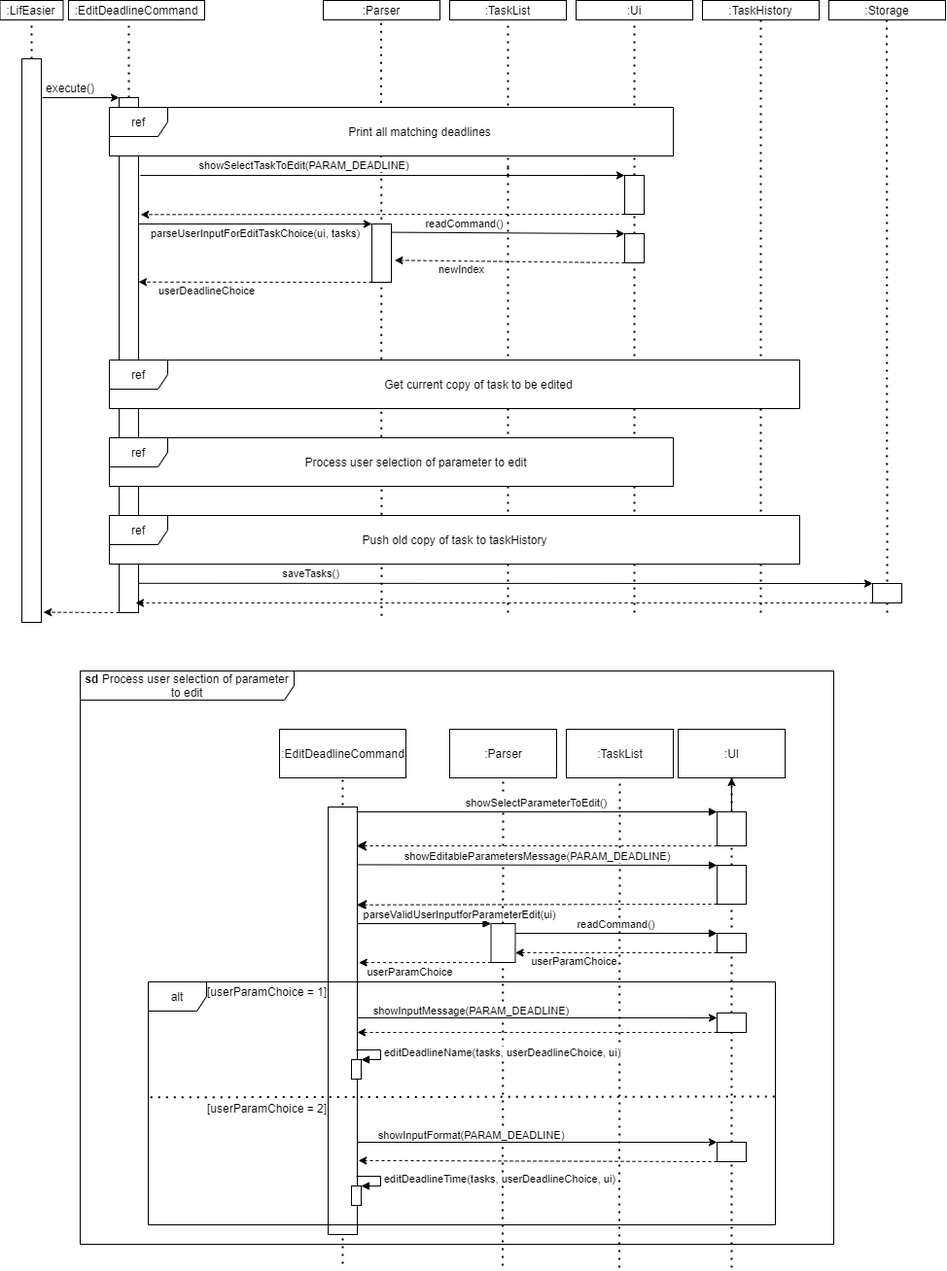
skyaxe97/tp keeps this draw.io diagram as docs/images/DeveloperGuide/Figure 4.2-1.png. Above is the earlier version. Source tidied: cells renumbered, new cells last; positions are measured from the earlier drawing's top-left corner, leaving out a move shared by most shapes.
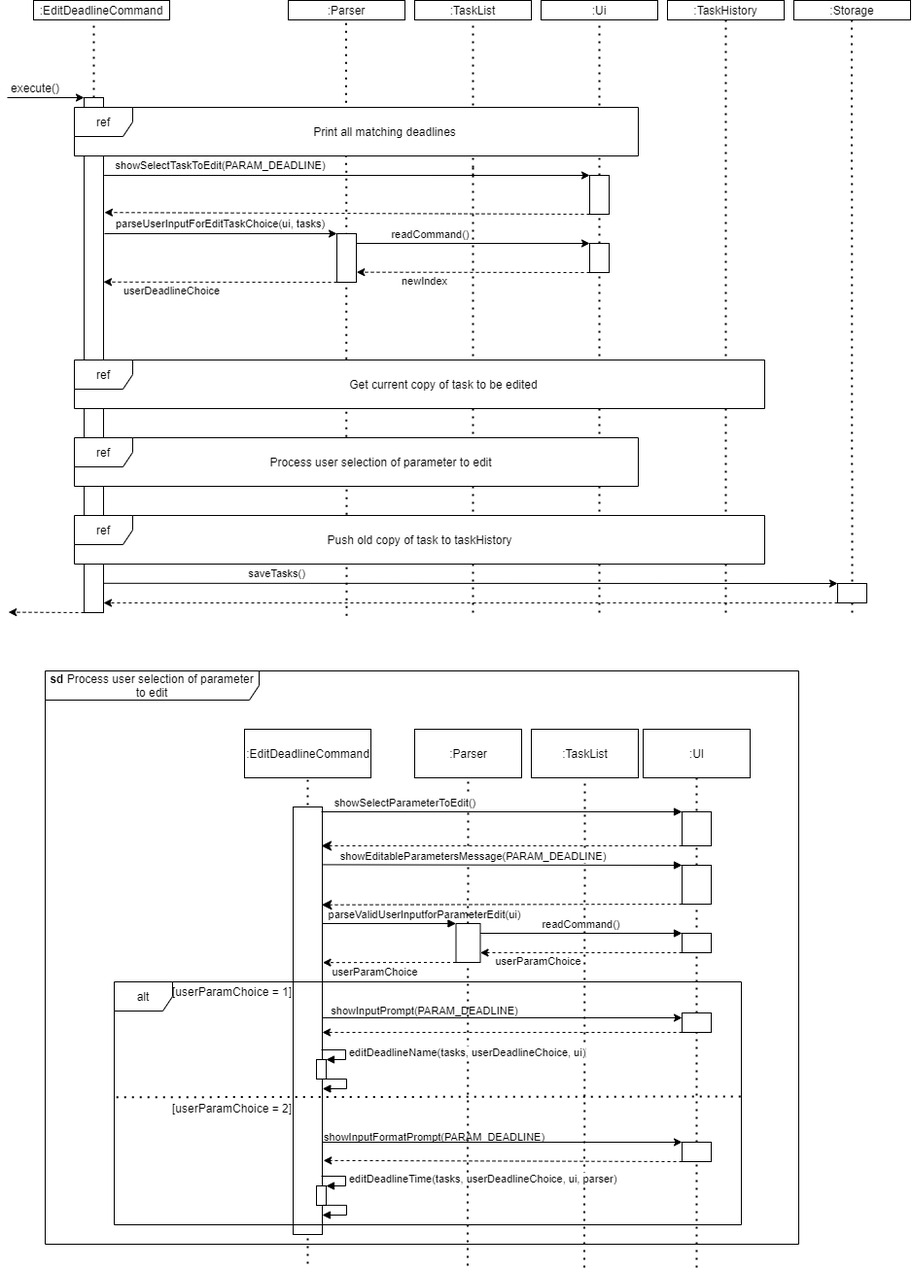
Above is the later version.

Change to the diagram source:
```diff
@@ -2,6 +2,9 @@
   <root>
     <mxCell id="0" />
     <mxCell id="1" parent="0" />
+    <mxCell id="48" value="&lt;b&gt;sd &lt;/b&gt;Process user selection of parameter to edit" style="shape=umlFrame;whiteSpace=wrap;html=1;comic=0;fillColor=#FFFFFF;width=220;height=30;" parent="1" vertex="1">
+      <mxGeometry x="82" y="690" width="775" height="590" as="geometry" />
+    </mxCell>
     <mxCell id="2" style="endArrow=none;dashed=1;html=1;dashPattern=1 3;strokeWidth=2;entryX=0.5;entryY=1;entryDx=0;entryDy=0;" parent="1" edge="1">
       <mxGeometry relative="1" as="geometry">
         <mxPoint x="516.5" y="1302" as="sourcePoint" />
@@ -35,26 +38,14 @@
     <mxCell id="8" style="endArrow=none;dashed=1;html=1;dashPattern=1 3;strokeWidth=2;entryX=0.5;entryY=1;entryDx=0;entryDy=0;" parent="1" edge="1" source="70" target="50">
       <mxGeometry relative="1" as="geometry" />
     </mxCell>
-    <mxCell id="9" style="endArrow=none;dashed=1;html=1;dashPattern=1 3;strokeWidth=2;" parent="1" edge="1">
-      <mxGeometry relative="1" as="geometry">
-        <mxPoint x="32" y="420" as="sourcePoint" />
-        <mxPoint x="32" y="20" as="targetPoint" />
-      </mxGeometry>
-    </mxCell>
     <mxCell id="10" style="endArrow=classic;html=1;entryX=0;entryY=0;entryDx=0;entryDy=0;" parent="1" edge="1" target="5">
       <mxGeometry relative="1" as="geometry">
         <mxPoint x="43" y="100" as="sourcePoint" />
       </mxGeometry>
     </mxCell>
-    <mxCell id="11" value=":LifEasier" style="rounded=0;whiteSpace=wrap;html=1;" parent="1" vertex="1">
-      <mxGeometry x="-0.5" width="65" height="20" as="geometry" />
-    </mxCell>
     <mxCell id="12" value="execute()" style="text;html=1;strokeColor=none;fillColor=none;align=center;verticalAlign=middle;whiteSpace=wrap;rounded=0;" parent="1" vertex="1">
       <mxGeometry x="52" y="80" width="40" height="20" as="geometry" />
     </mxCell>
-    <mxCell id="13" style="rounded=0;whiteSpace=wrap;html=1;" parent="1" vertex="1">
-      <mxGeometry x="22" y="60" width="20" height="580" as="geometry" />
-    </mxCell>
     <mxCell id="14" style="endArrow=none;dashed=1;html=1;dashPattern=1 3;strokeWidth=2;" parent="1" edge="1" source="5">
       <mxGeometry relative="1" as="geometry">
         <mxPoint x="132" y="20" as="targetPoint" />
@@ -111,21 +102,21 @@
       <mxGeometry relative="1" as="geometry" />
     </mxCell>
     <mxCell id="29" style="rounded=0;whiteSpace=wrap;html=1;" parent="1" vertex="1">
-      <mxGeometry x="642" y="240" width="20" height="30" as="geometry" />
+      <mxGeometry x="642" y="250" width="20" height="30" as="geometry" />
     </mxCell>
-    <mxCell id="30" value="showSelectTaskToEdit(PARAM_DEADLINE)" style="endArrow=classic;html=1;entryX=0;entryY=0;entryDx=0;entryDy=0;exitX=1.09;exitY=0.151;exitDx=0;exitDy=0;exitPerimeter=0;" parent="1" edge="1" source="5" target="27">
-      <mxGeometry x="-0.32" y="10" relative="1" as="geometry" />
+    <mxCell id="30" value="showSelectTaskToEdit(PARAM_DEADLINE)" style="endArrow=classic;html=1;entryX=0;entryY=0;entryDx=0;entryDy=0;exitX=1.033;exitY=0.151;exitDx=0;exitDy=0;exitPerimeter=0;" parent="1" edge="1" source="5" target="27">
+      <mxGeometry x="-0.52" y="10" relative="1" as="geometry" />
     </mxCell>
-    <mxCell id="31" style="endArrow=classic;html=1;exitX=0;exitY=1;exitDx=0;exitDy=0;dashed=1;entryX=1.11;entryY=0.227;entryDx=0;entryDy=0;entryPerimeter=0;" parent="1" edge="1" source="27" target="5">
+    <mxCell id="31" style="endArrow=classic;html=1;exitX=0;exitY=1;exitDx=0;exitDy=0;dashed=1;entryX=1.047;entryY=0.223;entryDx=0;entryDy=0;entryPerimeter=0;" parent="1" edge="1" source="27" target="5">
       <mxGeometry y="10" relative="1" as="geometry" />
     </mxCell>
-    <mxCell id="32" value="newIndex" style="endArrow=classic;html=1;dashed=1;entryX=1.17;entryY=0.623;entryDx=0;entryDy=0;entryPerimeter=0;" parent="1" edge="1" target="80">
-      <mxGeometry x="0.42" y="9" relative="1" as="geometry">
-        <mxPoint x="642" y="270" as="sourcePoint" />
-      </mxGeometry>
+    <mxCell id="32" value="newIndex" style="endArrow=classic;html=1;dashed=1;exitX=0;exitY=1;exitDx=0;exitDy=0;entryX=1.014;entryY=0.793;entryDx=0;entryDy=0;entryPerimeter=0;" parent="1" edge="1" source="29" target="80">
+      <mxGeometry x="0.42" y="9" relative="1" as="geometry" />
     </mxCell>
-    <mxCell id="33" value="readCommand()" style="endArrow=classic;html=1;entryX=0;entryY=0;entryDx=0;entryDy=0;exitX=1.01;exitY=0.143;exitDx=0;exitDy=0;exitPerimeter=0;" parent="1" edge="1" source="80" target="29">
-      <mxGeometry x="-0.37" y="9" relative="1" as="geometry" />
+    <mxCell id="33" value="readCommand()" style="endArrow=classic;html=1;entryX=0;entryY=0;entryDx=0;entryDy=0;" parent="1" edge="1" target="29">
+      <mxGeometry x="-0.37" y="9" relative="1" as="geometry">
+        <mxPoint x="402" y="250" as="sourcePoint" />
+      </mxGeometry>
     </mxCell>
     <mxCell id="34" style="endArrow=none;dashed=1;html=1;dashPattern=1 3;strokeWidth=2;entryX=0.5;entryY=1;entryDx=0;entryDy=0;" parent="1" edge="1">
       <mxGeometry relative="1" as="geometry">
@@ -168,15 +159,14 @@
     </mxCell>
     <mxCell id="46" style="endArrow=classic;html=1;dashed=1;exitX=0;exitY=1;exitDx=0;exitDy=0;" parent="1" edge="1" source="44">
       <mxGeometry x="0.42" y="9" relative="1" as="geometry">
-        <mxPoint x="139" y="620" as="targetPoint" />
+        <mxPoint x="142" y="620" as="targetPoint" />
       </mxGeometry>
     </mxCell>
-    <mxCell id="47" style="endArrow=classic;html=1;dashed=1;exitX=0;exitY=1;exitDx=0;exitDy=0;entryX=1.11;entryY=0.982;entryDx=0;entryDy=0;entryPerimeter=0;" parent="1" edge="1" source="5" target="13">
-      <mxGeometry x="0.42" y="9" relative="1" as="geometry" />
+    <mxCell id="47" style="endArrow=classic;html=1;dashed=1;exitX=0;exitY=1;exitDx=0;exitDy=0;entryX=1.11;entryY=0.982;entryDx=0;entryDy=0;entryPerimeter=0;" parent="1" edge="1" source="5">
+      <mxGeometry x="0.42" y="9" relative="1" as="geometry">
+        <mxPoint x="44.2" y="629.6" as="targetPoint" />
+      </mxGeometry>
     </mxCell>
-    <mxCell id="48" value="&lt;b&gt;sd &lt;/b&gt;Process user selection of parameter to edit" style="shape=umlFrame;whiteSpace=wrap;html=1;comic=0;fillColor=#FFFFFF;width=220;height=30;" parent="1" vertex="1">
-      <mxGeometry x="82" y="690" width="775" height="590" as="geometry" />
-    </mxCell>
     <mxCell id="49" value=":TaskList" style="html=1;" parent="1" vertex="1">
       <mxGeometry x="582" y="750" width="110" height="50" as="geometry" />
     </mxCell>
@@ -194,9 +184,6 @@
     <mxCell id="53" style="rounded=0;whiteSpace=wrap;html=1;comic=0;fillColor=#FFFFFF;" parent="1" vertex="1">
       <mxGeometry x="337" y="830" width="30" height="440" as="geometry" />
     </mxCell>
-    <mxCell id="54" style="edgeStyle=orthogonalEdgeStyle;rounded=0;jettySize=auto;html=1;" parent="1" edge="1" source="55" target="50">
-      <mxGeometry relative="1" as="geometry" />
-    </mxCell>
     <mxCell id="55" style="rounded=0;whiteSpace=wrap;html=1;" parent="1" vertex="1">
       <mxGeometry x="737" y="835" width="30" height="35" as="geometry" />
     </mxCell>
@@ -206,9 +193,6 @@
     <mxCell id="57" style="rounded=0;whiteSpace=wrap;html=1;" parent="1" vertex="1">
       <mxGeometry x="737" y="960" width="30" height="20" as="geometry" />
     </mxCell>
-    <mxCell id="58" value="alt" style="shape=umlFrame;whiteSpace=wrap;html=1;" parent="1" vertex="1">
-      <mxGeometry x="152" y="1010" width="645" height="250" as="geometry" />
-    </mxCell>
     <mxCell id="59" value="[userParamChoice = 1]" style="text;html=1;strokeColor=none;fillColor=none;align=center;verticalAlign=middle;whiteSpace=wrap;rounded=0;comic=0;" parent="1" vertex="1">
       <mxGeometry x="210" y="1010" width="129" height="20" as="geometry" />
     </mxCell>
@@ -218,23 +202,18 @@
     <mxCell id="61" value="[userParamChoice = 2]" style="text;html=1;strokeColor=none;fillColor=none;align=center;verticalAlign=middle;whiteSpace=wrap;rounded=0;comic=0;" parent="1" vertex="1">
       <mxGeometry x="210" y="1130" width="129" height="20" as="geometry" />
     </mxCell>
-    <mxCell id="62" value="showInputMessage(PARAM_DEADLINE)" style="endArrow=classic;html=1;entryX=0;entryY=0.25;entryDx=0;entryDy=0;exitX=0.189;exitY=0.239;exitDx=0;exitDy=0;exitPerimeter=0;" parent="1" edge="1" target="70">
-      <mxGeometry x="-0.37" y="7" relative="1" as="geometry">
+    <mxCell id="62" value="showInputPrompt(PARAM_DEADLINE)" style="endArrow=classic;html=1;entryX=0;entryY=0.25;entryDx=0;entryDy=0;exitX=0.189;exitY=0.239;exitDx=0;exitDy=0;exitPerimeter=0;labelBackgroundColor=none;" parent="1" edge="1" target="70">
+      <mxGeometry x="-0.43" y="7" relative="1" as="geometry">
         <mxPoint x="367.2" y="1047" as="sourcePoint" />
       </mxGeometry>
     </mxCell>
-    <mxCell id="63" value="showInputFormat(PARAM_DEADLINE)" style="endArrow=classic;html=1;entryX=0;entryY=0;entryDx=0;entryDy=0;exitX=0.189;exitY=0.239;exitDx=0;exitDy=0;exitPerimeter=0;" parent="1" edge="1" target="72">
-      <mxGeometry x="-0.37" y="7" relative="1" as="geometry">
-        <mxPoint x="367" y="1175" as="sourcePoint" />
-      </mxGeometry>
-    </mxCell>
     <mxCell id="64" style="endArrow=classic;html=1;dashed=1;exitX=0;exitY=1;exitDx=0;exitDy=0;" parent="1" edge="1" source="70">
       <mxGeometry x="0.42" y="9" relative="1" as="geometry">
         <mxPoint x="367" y="1062" as="targetPoint" />
       </mxGeometry>
     </mxCell>
     <mxCell id="65" value="showSelectParameterToEdit()" style="html=1;verticalAlign=bottom;endArrow=block;entryX=0;entryY=0;entryDx=0;entryDy=0;" parent="1" edge="1" target="55">
-      <mxGeometry relative="1" as="geometry">
+      <mxGeometry x="-0.54" relative="1" as="geometry">
         <mxPoint x="366" y="835" as="sourcePoint" />
       </mxGeometry>
     </mxCell>
@@ -250,7 +229,7 @@
       <mxGeometry relative="1" as="geometry" />
     </mxCell>
     <mxCell id="69" value="showEditableParametersMessage(PARAM_DEADLINE)" style="html=1;verticalAlign=bottom;endArrow=block;exitX=0.997;exitY=0.135;exitDx=0;exitDy=0;exitPerimeter=0;entryX=0;entryY=0;entryDx=0;entryDy=0;" parent="1" edge="1" source="53" target="56">
-      <mxGeometry relative="1" as="geometry" />
+      <mxGeometry x="-0.16" relative="1" as="geometry" />
     </mxCell>
     <mxCell id="70" style="rounded=0;whiteSpace=wrap;html=1;" parent="1" vertex="1">
       <mxGeometry x="737" y="1042" width="30" height="20" as="geometry" />
@@ -282,7 +261,7 @@
     <mxCell id="76" style="html=1;points=[];perimeter=orthogonalPerimeter;" parent="1" vertex="1">
       <mxGeometry x="361" y="1220" width="10" height="20" as="geometry" />
     </mxCell>
-    <mxCell id="77" value="editDeadlineTime(tasks, userDeadlineChoice, ui)" style="edgeStyle=orthogonalEdgeStyle;html=1;align=left;spacingLeft=2;endArrow=block;rounded=0;entryX=1;entryY=0;" parent="1" edge="1" target="76">
+    <mxCell id="77" value="editDeadlineTime(tasks, userDeadlineChoice, ui, parser)" style="edgeStyle=orthogonalEdgeStyle;html=1;align=left;spacingLeft=2;endArrow=block;rounded=0;entryX=1;entryY=0;" parent="1" edge="1" target="76">
       <mxGeometry relative="1" as="geometry">
         <mxPoint x="366" y="1210" as="sourcePoint" />
         <Array as="points">
@@ -299,11 +278,11 @@
       <mxGeometry x="332" width="120" height="20" as="geometry" />
     </mxCell>
     <mxCell id="80" style="rounded=0;whiteSpace=wrap;html=1;" parent="1" vertex="1">
-      <mxGeometry x="382" y="230" width="20" height="60" as="geometry" />
+      <mxGeometry x="382" y="240" width="20" height="50" as="geometry" />
     </mxCell>
     <mxCell id="81" value="parseUserInputForEditTaskChoice(ui, tasks)" style="endArrow=classic;html=1;entryX=0;entryY=0;entryDx=0;entryDy=0;" parent="1" edge="1" target="80">
-      <mxGeometry y="-10" relative="1" as="geometry">
-        <mxPoint x="142" y="230" as="sourcePoint" />
+      <mxGeometry y="10" relative="1" as="geometry">
+        <mxPoint x="143" y="240" as="sourcePoint" />
       </mxGeometry>
     </mxCell>
     <mxCell id="82" value="userDeadlineChoice" style="endArrow=classic;html=1;dashed=1;exitX=0;exitY=1;exitDx=0;exitDy=0;entryX=1;entryY=0.358;entryDx=0;entryDy=0;entryPerimeter=0;" parent="1" edge="1" source="80" target="5">
@@ -318,13 +297,41 @@
     <mxCell id="85" value="userParamChoice" style="endArrow=classic;html=1;dashed=1;exitX=0;exitY=1;exitDx=0;exitDy=0;entryX=1;entryY=0.75;entryDx=0;entryDy=0;" parent="1" edge="1" source="57" target="84">
       <mxGeometry x="0.42" y="9" relative="1" as="geometry" />
     </mxCell>
-    <mxCell id="86" value="parseValidUserInputforParameterEdit(ui)" style="html=1;verticalAlign=bottom;endArrow=block;entryX=0;entryY=0;entryDx=0;entryDy=0;exitX=1;exitY=0.25;exitDx=0;exitDy=0;" parent="1" edge="1" target="84">
+    <mxCell id="86" value="parseValidUserInputforParameterEdit(ui)" style="html=1;verticalAlign=bottom;endArrow=block;entryX=0;entryY=0;entryDx=0;entryDy=0;exitX=1;exitY=0.25;exitDx=0;exitDy=0;labelBackgroundColor=none;" parent="1" edge="1" target="84">
       <mxGeometry x="0.53" relative="1" as="geometry">
         <mxPoint x="367" y="950" as="sourcePoint" />
       </mxGeometry>
     </mxCell>
-    <mxCell id="87" value="userParamChoice" style="endArrow=classic;html=1;dashed=1;exitX=0;exitY=1;exitDx=0;exitDy=0;entryX=1.056;entryY=0.364;entryDx=0;entryDy=0;entryPerimeter=0;" parent="1" edge="1" source="84" target="53">
+    <mxCell id="87" value="userParamChoice" style="endArrow=classic;html=1;dashed=1;exitX=0;exitY=1;exitDx=0;exitDy=0;entryX=1.016;entryY=0.364;entryDx=0;entryDy=0;entryPerimeter=0;" parent="1" edge="1" source="84" target="53">
       <mxGeometry x="0.21" y="10" relative="1" as="geometry" />
     </mxCell>
+    <mxCell id="88" style="edgeStyle=orthogonalEdgeStyle;html=1;align=left;spacingLeft=2;endArrow=block;rounded=0;entryX=0.34;entryY=0.44;entryDx=0;entryDy=0;entryPerimeter=0;" parent="1" edge="1">
+      <mxGeometry relative="1" as="geometry">
+        <mxPoint x="367" y="1110" as="sourcePoint" />
+        <mxPoint x="367.3" y="1120" as="targetPoint" />
+        <Array as="points">
+          <mxPoint x="392" y="1110" />
+          <mxPoint x="392" y="1120" />
+        </Array>
+      </mxGeometry>
+    </mxCell>
+    <mxCell id="89" style="edgeStyle=orthogonalEdgeStyle;html=1;align=left;spacingLeft=2;endArrow=block;rounded=0;exitX=0.727;exitY=0.993;exitDx=0;exitDy=0;exitPerimeter=0;" parent="1" edge="1" source="76">
+      <mxGeometry relative="1" as="geometry">
+        <mxPoint x="367" y="1250" as="targetPoint" />
+        <Array as="points">
+          <mxPoint x="392" y="1240" />
+          <mxPoint x="392" y="1250" />
+        </Array>
+      </mxGeometry>
+    </mxCell>
+    <mxCell id="63" value="showInputFormatPrompt(PARAM_DEADLINE)" style="endArrow=classic;html=1;entryX=0;entryY=0;entryDx=0;entryDy=0;exitX=0.189;exitY=0.239;exitDx=0;exitDy=0;exitPerimeter=0;labelBackgroundColor=none;" parent="1" edge="1">
+      <mxGeometry x="-0.38" y="5" relative="1" as="geometry">
+        <mxPoint x="367" y="1175" as="sourcePoint" />
+        <mxPoint x="737" y="1175" as="targetPoint" />
+      </mxGeometry>
+    </mxCell>
+    <mxCell id="58" value="alt" style="shape=umlFrame;whiteSpace=wrap;html=1;" parent="1" vertex="1">
+      <mxGeometry x="153" y="1010" width="645" height="250" as="geometry" />
+    </mxCell>
   </root>
 </mxGraphModel>
```
